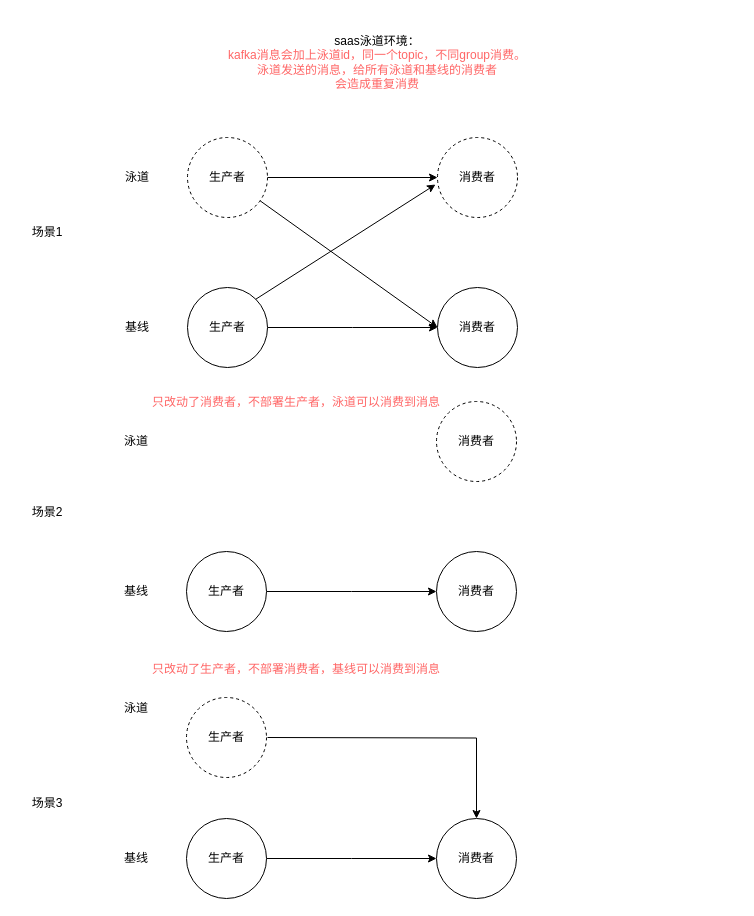
Above: saas kafka泳道.drawio in jessin20161124/javase1 (draw.io), before the change. Source tidied: cells renumbered, new cells numbered last; positions are measured from the earlier drawing's top-left corner, leaving out a move shared by most shapes. Both pictures are drawn from the tidied source at 100%, with x=0, y=0 at pixel (17, 17).
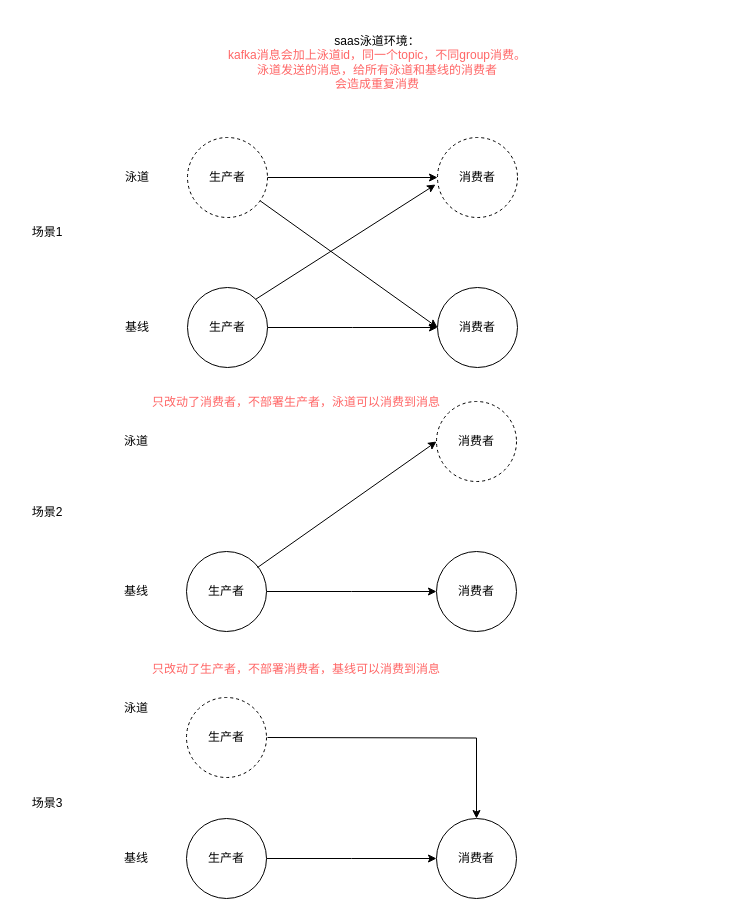
The same page after the edit.

Unchanged cells that the change refers to:
```xml
<mxCell id="17" style="ellipse;whiteSpace=wrap;html=1;dashed=1;" parent="1" vertex="1">
  <mxGeometry x="419" y="384" width="80" height="80" as="geometry" />
</mxCell>
```

Diff of the diagram source:
```diff
@@
+    <mxCell id="41" style="rounded=0;jettySize=auto;html=1;entryX=0;entryY=0.5;entryDx=0;entryDy=0;" parent="1" edge="1" target="17">
+      <mxGeometry relative="1" as="geometry">
+        <mxPoint x="240" y="550" as="sourcePoint" />
+      </mxGeometry>
+    </mxCell>
```
